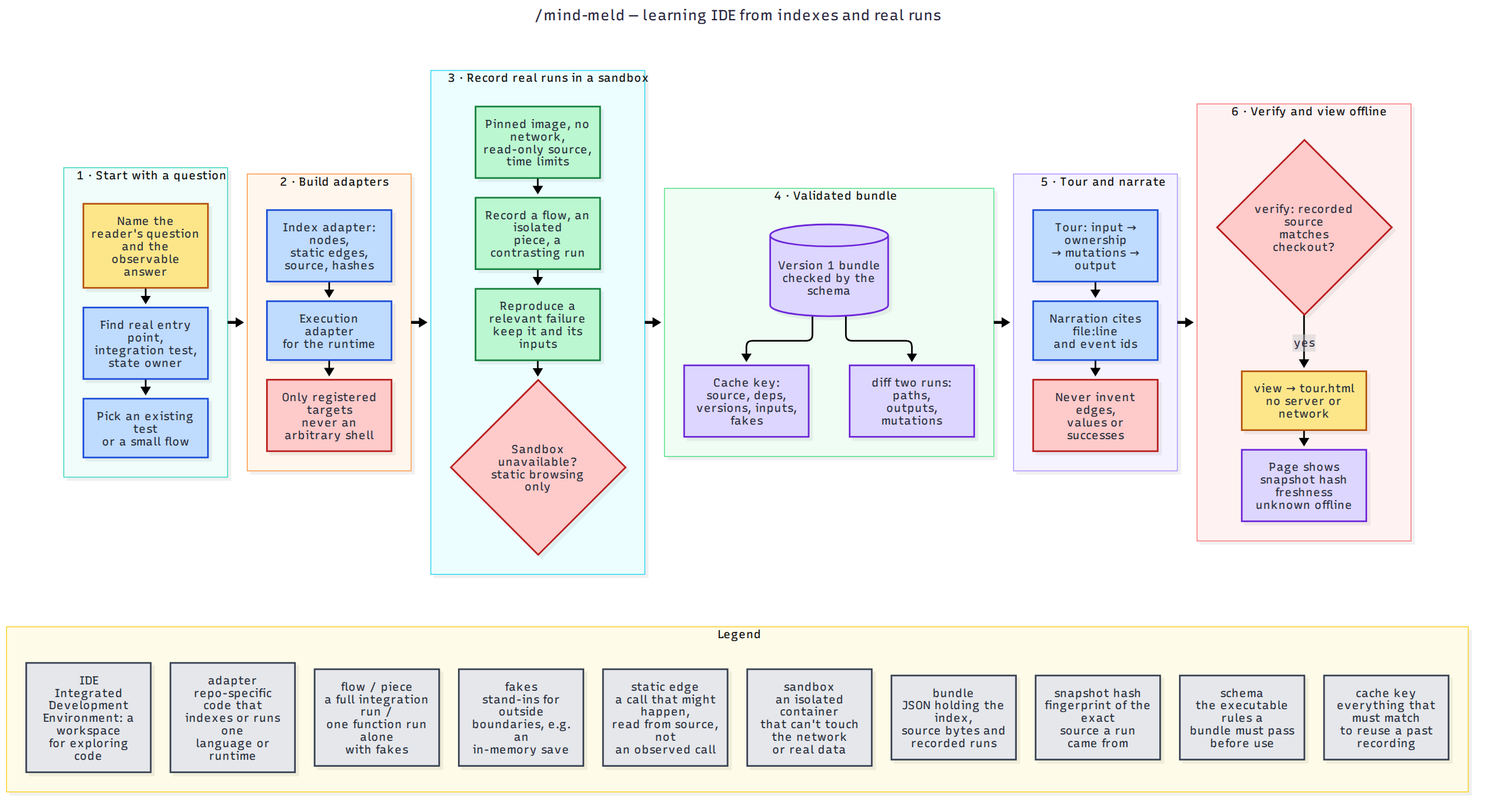
Above: docs/diagrams/generated/mind-meld.png in victusfate/scaffold (Mermaid), before the change. Its source is kept beside it as docs/diagrams/src/mind-meld.mmd. Its diagram source:
```mermaid
---
title: /mind-meld — learning IDE from indexes and real runs
---
flowchart TB
  classDef owner fill:#fde68a,stroke:#b45309,color:#1f2937
  classDef orch fill:#bfdbfe,stroke:#1d4ed8,color:#1f2937
  classDef state fill:#ddd6fe,stroke:#6d28d9,color:#1f2937
  classDef lane fill:#bbf7d0,stroke:#15803d,color:#1f2937
  classDef git fill:#e5e7eb,stroke:#374151,color:#1f2937
  classDef gate fill:#fecaca,stroke:#b91c1c,color:#1f2937


  subgraph FLOW[" "]
  direction LR

  subgraph QUESTION["1 · Start with a question"]
    direction TB
    Q1["Name the reader's question<br/>and the observable answer"]:::owner
    Q2["Find real entry point,<br/>integration test, state owner"]:::orch
    Q3["Pick an existing test<br/>or a small flow"]:::orch
    Q1 --> Q2 --> Q3
  end

  subgraph ADAPT["2 · Build adapters"]
    direction TB
    D1["Index adapter: nodes,<br/>static edges, source, hashes"]:::orch
    D2["Execution adapter<br/>for the runtime"]:::orch
    D3["Only registered targets<br/>never an arbitrary shell"]:::gate
    D1 --> D2 --> D3
  end

  subgraph RUN["3 · Record real runs in a sandbox"]
    direction TB
    R1["Pinned image, no network,<br/>read-only source, time limits"]:::lane
    R2["Record a flow, an isolated<br/>piece, a contrasting run"]:::lane
    R3["Reproduce a relevant failure<br/>keep it and its inputs"]:::lane
    R4{"Sandbox unavailable?<br/>static browsing only"}:::gate
    R1 --> R2 --> R3 --> R4
  end

  subgraph BUNDLE["4 · Validated bundle"]
    direction TB
    B1[("Version 1 bundle<br/>checked by the schema")]:::state
    B2["Cache key: source, deps,<br/>versions, inputs, fakes"]:::state
    B3["diff two runs: paths,<br/>outputs, mutations"]:::state
    B1 --> B2
    B1 --> B3
  end

  subgraph TOUR["5 · Tour and narrate"]
    direction TB
    T1["Tour: input → ownership<br/>→ mutations → output"]:::orch
    T2["Narration cites file:line<br/>and event ids"]:::orch
    T3["Never invent edges,<br/>values or successes"]:::gate
    T1 --> T2 --> T3
  end

  subgraph VIEW["6 · Verify and view offline"]
    direction TB
    V1{"verify: recorded source<br/>matches checkout?"}:::gate
    V2["view → tour.html<br/>no server or network"]:::owner
    V3["Page shows snapshot hash<br/>freshness unknown offline"]:::state
    V1 -->|yes| V2 --> V3
  end

  QUESTION ==> ADAPT ==> RUN ==> BUNDLE ==> TOUR ==> VIEW
  end
  style FLOW fill:none,stroke:none

  subgraph LEGEND["Legend"]
    direction LR
    L1["IDE<br/>Integrated Development<br/>Environment: a workspace<br/>for exploring code"]:::git
    L2["adapter<br/>repo-specific code that<br/>indexes or runs one<br/>language or runtime"]:::git
    L3["flow / piece<br/>a full integration run /<br/>one function run alone<br/>with fakes"]:::git
    L4["fakes<br/>stand-ins for outside<br/>boundaries, e.g. an<br/>in-memory save"]:::git
    L5["static edge<br/>a call that might happen,<br/>read from source, not<br/>an observed call"]:::git
    L6["sandbox<br/>an isolated container<br/>that can't touch the network<br/>or real data"]:::git
    L7["bundle<br/>JSON holding the index,<br/>source bytes and<br/>recorded runs"]:::git
    L8["snapshot hash<br/>fingerprint of the exact<br/>source a run<br/>came from"]:::git
    L9["schema<br/>the executable rules a<br/>bundle must pass<br/>before use"]:::git
    L10["cache key<br/>everything that must match<br/>to reuse a past<br/>recording"]:::git
    L1 ~~~ L2 ~~~ L3 ~~~ L4 ~~~ L5 ~~~ L6 ~~~ L7 ~~~ L8 ~~~ L9 ~~~ L10
  end

  FLOW ~~~ LEGEND
```
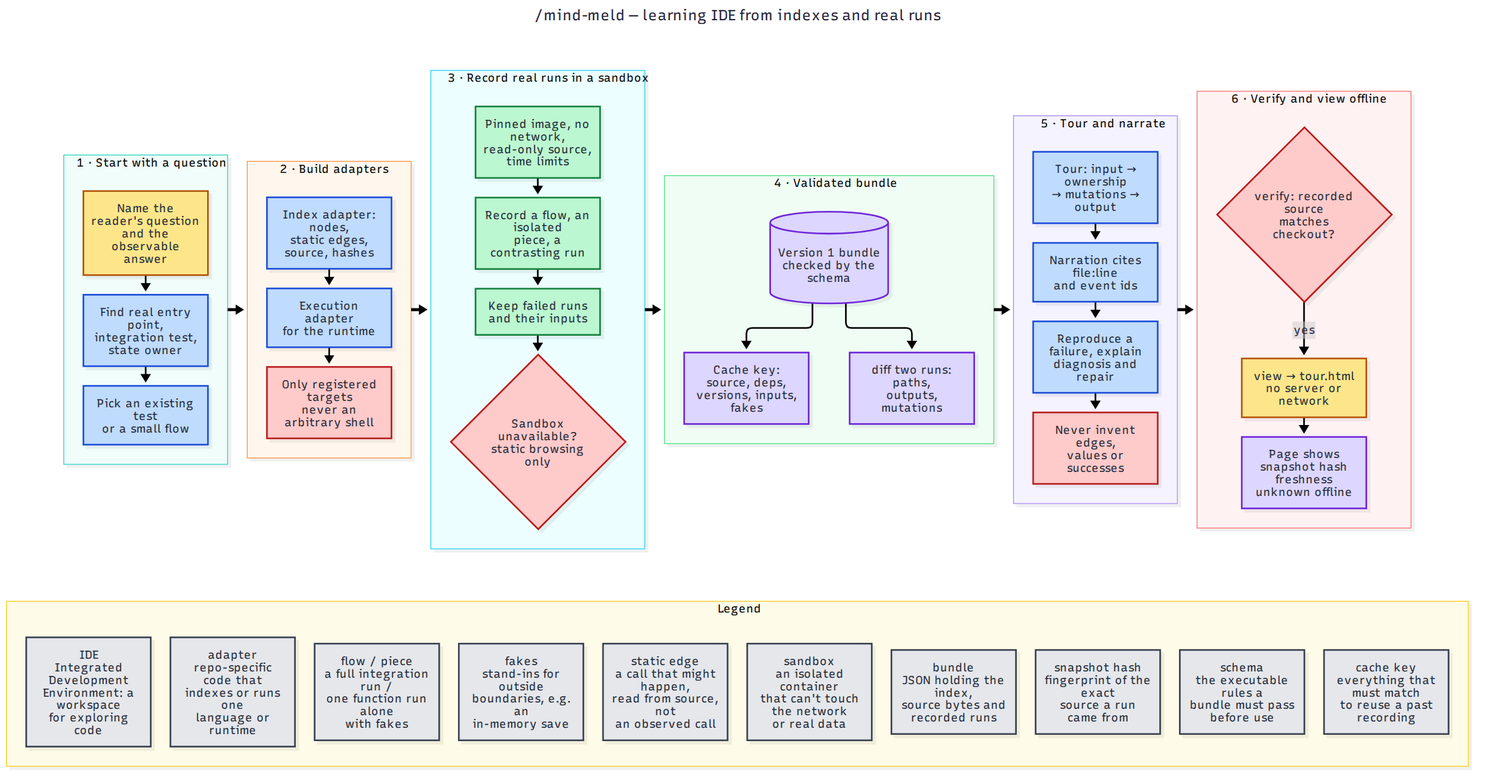
Above is the later version.

The edit, as a diff of the source:
```diff
@@ -33,7 +33,7 @@
     direction TB
     R1["Pinned image, no network,<br/>read-only source, time limits"]:::lane
     R2["Record a flow, an isolated<br/>piece, a contrasting run"]:::lane
-    R3["Reproduce a relevant failure<br/>keep it and its inputs"]:::lane
+    R3["Keep failed runs<br/>and their inputs"]:::lane
     R4{"Sandbox unavailable?<br/>static browsing only"}:::gate
     R1 --> R2 --> R3 --> R4
   end
@@ -52,7 +52,8 @@
     T1["Tour: input → ownership<br/>→ mutations → output"]:::orch
     T2["Narration cites file:line<br/>and event ids"]:::orch
     T3["Never invent edges,<br/>values or successes"]:::gate
-    T1 --> T2 --> T3
+    T4["Reproduce a failure, explain<br/>diagnosis and repair"]:::orch
+    T1 --> T2 --> T4 --> T3
   end
 
   subgraph VIEW["6 · Verify and view offline"]
```
